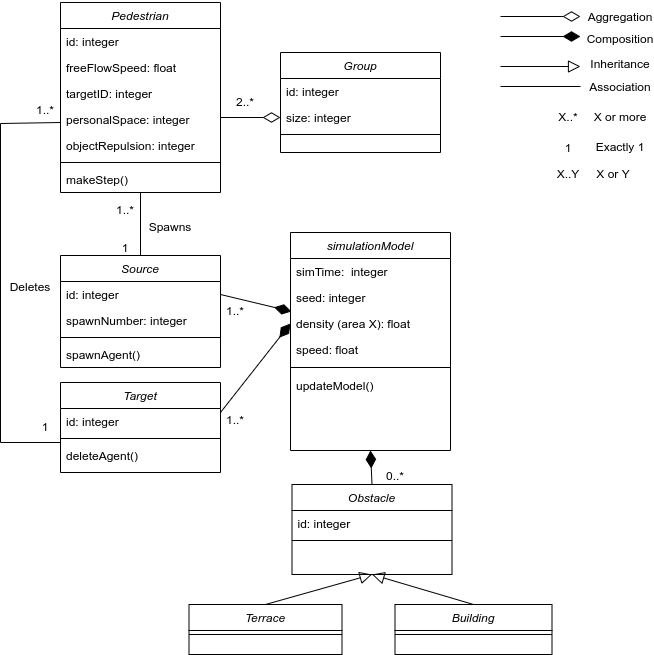
The draw.io diagram figures/uml.png in floristevito/CrowdSim, before a commit. Source tidied: cells renumbered, new cells last; positions are measured from the earlier drawing's top-left corner, leaving out a move shared by most shapes.
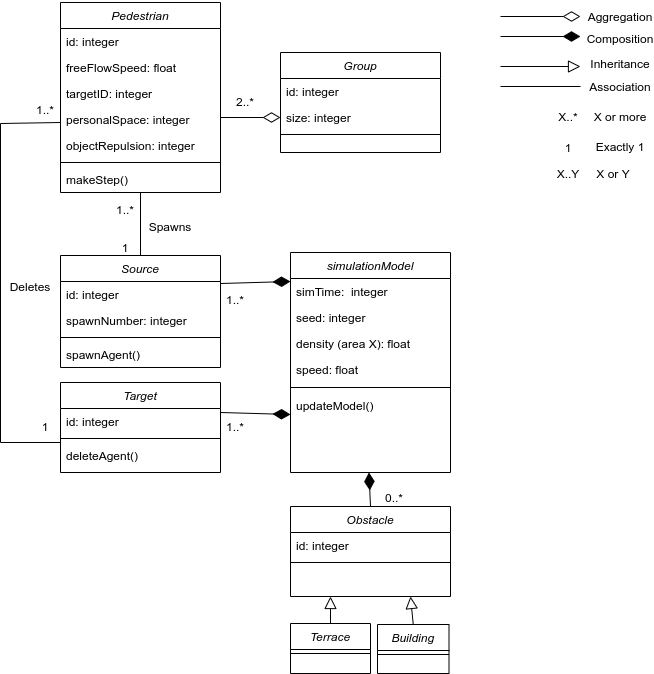
After the commit.

Diff of the diagram source:
```diff
@@ -51,7 +51,7 @@
       <mxGeometry y="78" width="160" height="8" as="geometry" />
     </mxCell>
     <mxCell id="18" value="Obstacle" style="swimlane;fontStyle=2;align=center;verticalAlign=top;horizontal=1;startSize=26;rounded=0;shadow=0;strokeWidth=1;" parent="1" vertex="1">
-      <mxGeometry x="291.5" y="482" width="160" height="90" as="geometry" />
+      <mxGeometry x="290" y="504" width="160" height="90" as="geometry" />
     </mxCell>
     <mxCell id="19" value="id: integer" style="text;align=left;verticalAlign=top;spacingLeft=4;spacingRight=4;overflow=hidden;" parent="18" vertex="1">
       <mxGeometry y="26" width="160" height="26" as="geometry" />
@@ -75,7 +75,7 @@
       <mxGeometry y="86" width="160" height="26" as="geometry" />
     </mxCell>
     <mxCell id="26" value="simulationModel" style="swimlane;fontStyle=2;align=center;verticalAlign=top;horizontal=1;startSize=26;rounded=0;shadow=0;strokeWidth=1;" parent="1" vertex="1">
-      <mxGeometry x="290" y="230" width="160" height="218" as="geometry" />
+      <mxGeometry x="290" y="250" width="160" height="220" as="geometry" />
     </mxCell>
     <mxCell id="27" value="simTime:  integer" style="text;align=left;verticalAlign=top;spacingLeft=4;spacingRight=4;overflow=hidden;points=[[0,0.5],[1,0.5]];portConstraint=eastwest;" parent="26" vertex="1">
       <mxGeometry y="26" width="160" height="26" as="geometry" />
@@ -95,16 +95,16 @@
     <mxCell id="32" value="updateModel()" style="text;align=left;verticalAlign=top;spacingLeft=4;spacingRight=4;overflow=hidden;points=[[0,0.5],[1,0.5]];portConstraint=eastwest;rounded=0;shadow=0;html=0;" parent="26" vertex="1">
       <mxGeometry y="140" width="160" height="26" as="geometry" />
     </mxCell>
-    <mxCell id="33" style="endArrow=block;html=1;rounded=0;exitX=0.5;exitY=0;exitDx=0;exitDy=0;entryX=0.5;entryY=1;entryDx=0;entryDy=0;strokeColor=default;endFill=0;endSize=10;" parent="1" edge="1" source="42" target="18">
+    <mxCell id="33" style="endArrow=block;html=1;rounded=0;exitX=0.5;exitY=0;exitDx=0;exitDy=0;entryX=0.25;entryY=1;entryDx=0;entryDy=0;strokeColor=default;endFill=0;endSize=10;" parent="1" edge="1" source="42" target="18">
       <mxGeometry relative="1" as="geometry" />
     </mxCell>
-    <mxCell id="34" style="endArrow=block;html=1;rounded=0;exitX=0.5;exitY=0;exitDx=0;exitDy=0;entryX=0.5;entryY=1;entryDx=0;entryDy=0;strokeColor=default;endFill=0;endSize=10;" parent="1" edge="1" source="44" target="18">
+    <mxCell id="34" style="endArrow=block;html=1;rounded=0;strokeColor=default;endFill=0;endSize=10;exitX=0.5;exitY=0;exitDx=0;exitDy=0;entryX=0.75;entryY=1;entryDx=0;entryDy=0;" parent="1" edge="1" source="44" target="18">
       <mxGeometry relative="1" as="geometry" />
     </mxCell>
-    <mxCell id="35" style="endArrow=diamondThin;html=1;rounded=0;endSize=15;strokeColor=default;exitX=1;exitY=0.5;exitDx=0;exitDy=0;entryX=0.006;entryY=1.038;entryDx=0;entryDy=0;endFill=1;entryPerimeter=0;" parent="1" edge="1" source="22" target="28">
+    <mxCell id="35" style="endArrow=diamondThin;html=1;rounded=0;endSize=15;strokeColor=default;exitX=1;exitY=0.25;exitDx=0;exitDy=0;entryX=0;entryY=0.115;entryDx=0;entryDy=0;endFill=1;entryPerimeter=0;" parent="1" edge="1" source="21" target="27">
       <mxGeometry relative="1" as="geometry" />
     </mxCell>
-    <mxCell id="36" style="endArrow=diamondThin;html=1;rounded=0;endSize=15;strokeColor=default;entryX=0;entryY=0.5;entryDx=0;entryDy=0;endFill=1;" parent="1" edge="1" target="29">
+    <mxCell id="36" style="endArrow=diamondThin;html=1;rounded=0;endSize=15;strokeColor=default;entryX=0;entryY=0.846;entryDx=0;entryDy=0;endFill=1;entryPerimeter=0;" parent="1" edge="1" target="32">
       <mxGeometry relative="1" as="geometry">
         <mxPoint x="220" y="410" as="sourcePoint" />
       </mxGeometry>
@@ -120,7 +120,7 @@
     </mxCell>
     <mxCell id="40" style="endArrow=diamondThin;html=1;rounded=0;endSize=15;strokeColor=default;entryX=0;entryY=0.25;entryDx=0;entryDy=0;endFill=1;exitX=0.5;exitY=0;exitDx=0;exitDy=0;" parent="1" edge="1" source="18">
       <mxGeometry relative="1" as="geometry">
-        <mxPoint x="370" y="448" as="targetPoint" />
+        <mxPoint x="368.5" y="470" as="targetPoint" />
       </mxGeometry>
     </mxCell>
     <mxCell id="41" style="endArrow=diamondThin;html=1;rounded=0;endSize=15;strokeColor=default;entryX=0;entryY=0.5;entryDx=0;entryDy=0;endFill=0;" parent="1" edge="1" target="16">
@@ -129,16 +129,16 @@
       </mxGeometry>
     </mxCell>
     <mxCell id="42" value="Terrace" style="swimlane;fontStyle=2;align=center;verticalAlign=top;horizontal=1;startSize=26;rounded=0;shadow=0;strokeWidth=1;" parent="1" vertex="1">
-      <mxGeometry x="188.5" y="602" width="153" height="50" as="geometry" />
+      <mxGeometry x="290" y="621" width="80" height="50" as="geometry" />
     </mxCell>
     <mxCell id="43" style="line;strokeWidth=1;fillColor=none;align=left;verticalAlign=middle;spacingTop=-1;spacingLeft=3;spacingRight=3;labelPosition=right;" parent="42" vertex="1">
-      <mxGeometry y="26" width="153" height="8" as="geometry" />
+      <mxGeometry y="26" width="80" height="8" as="geometry" />
     </mxCell>
     <mxCell id="44" value="Building" style="swimlane;fontStyle=2;align=center;verticalAlign=top;horizontal=1;startSize=26;rounded=0;shadow=0;strokeWidth=1;" parent="1" vertex="1">
-      <mxGeometry x="394.5" y="602" width="157" height="50" as="geometry" />
+      <mxGeometry x="377" y="622" width="71.5" height="49" as="geometry" />
     </mxCell>
     <mxCell id="45" style="line;strokeWidth=1;fillColor=none;align=left;verticalAlign=middle;spacingTop=-1;spacingLeft=3;spacingRight=3;labelPosition=right;" parent="44" vertex="1">
-      <mxGeometry y="26" width="157" height="8" as="geometry" />
+      <mxGeometry y="26" width="71.5" height="8" as="geometry" />
     </mxCell>
     <mxCell id="46" style="endArrow=none;html=1;rounded=0;" parent="1" edge="1">
       <mxGeometry relative="1" as="geometry">
@@ -196,10 +196,10 @@
       <mxGeometry x="590" y="70" width="60" height="30" as="geometry" />
     </mxCell>
     <mxCell id="58" value="1..*" style="text;html=1;strokeColor=none;fillColor=none;align=center;verticalAlign=middle;whiteSpace=wrap;rounded=0;" parent="1" vertex="1">
-      <mxGeometry x="220" y="410" width="30" height="16" as="geometry" />
+      <mxGeometry x="220" y="417" width="30" height="16" as="geometry" />
     </mxCell>
     <mxCell id="59" value="1..*" style="text;html=1;strokeColor=none;fillColor=none;align=center;verticalAlign=middle;whiteSpace=wrap;rounded=0;" parent="1" vertex="1">
-      <mxGeometry x="220" y="301" width="30" height="16" as="geometry" />
+      <mxGeometry x="220" y="290" width="30" height="16" as="geometry" />
     </mxCell>
     <mxCell id="60" value="X..*" style="text;html=1;strokeColor=none;fillColor=none;align=center;verticalAlign=middle;whiteSpace=wrap;rounded=0;" parent="1" vertex="1">
       <mxGeometry x="553" y="107" width="30" height="16" as="geometry" />
@@ -223,7 +223,7 @@
       <mxGeometry x="230" y="92" width="30" height="16" as="geometry" />
     </mxCell>
     <mxCell id="67" value="0..*" style="text;html=1;strokeColor=none;fillColor=none;align=center;verticalAlign=middle;whiteSpace=wrap;rounded=0;" parent="1" vertex="1">
-      <mxGeometry x="380" y="466" width="30" height="16" as="geometry" />
+      <mxGeometry x="378.5" y="488" width="30" height="16" as="geometry" />
     </mxCell>
     <mxCell id="68" style="endArrow=none;html=1;rounded=0;exitX=0.5;exitY=0;exitDx=0;exitDy=0;entryX=0.5;entryY=1;entryDx=0;entryDy=0;entryPerimeter=0;" parent="1" edge="1" source="21" target="9">
       <mxGeometry relative="1" as="geometry" />
```
